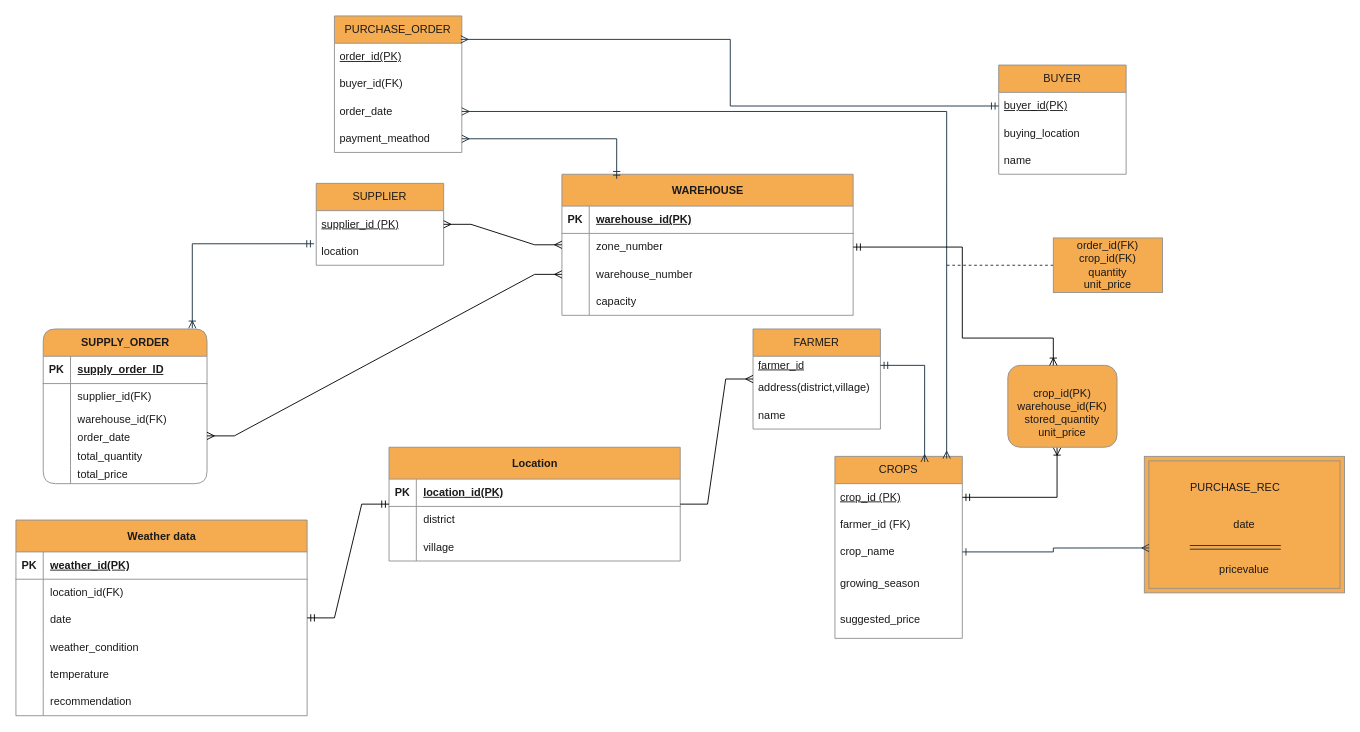
Earlier version of the draw.io diagram ERD.drawio (Taif6612/Personal_Projects). Source tidied: cells renumbered, new cells numbered last; positions are measured from the earlier drawing's top-left corner, leaving out a move shared by most shapes. Both pictures are drawn from the tidied source at 91%, with x=0, y=0 at pixel (15, 15).
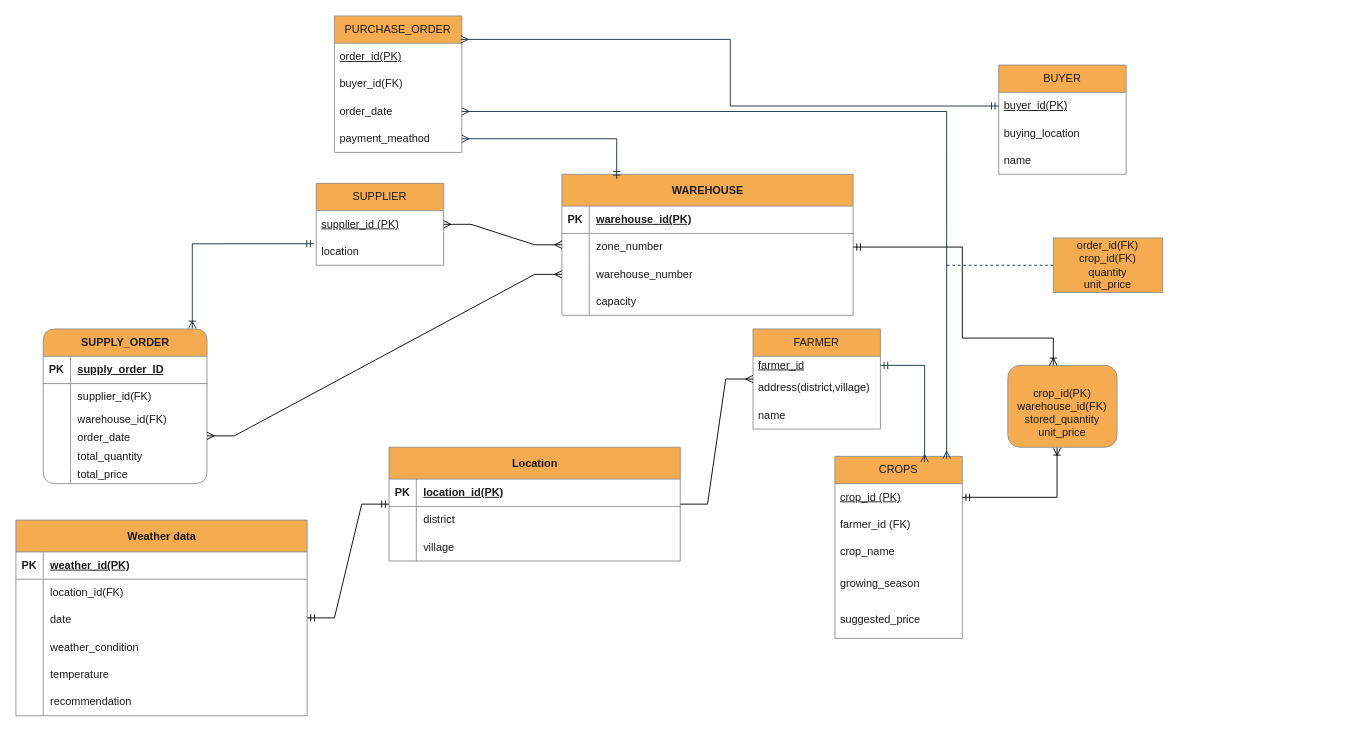
The same page after the edit.

Unchanged cells that the change refers to:
```xml
<mxCell id="9" value="crop_name" style="text;strokeColor=none;fillColor=none;align=left;verticalAlign=middle;spacingLeft=4;spacingRight=4;overflow=hidden;points=[[0,0.5],[1,0.5]];portConstraint=eastwest;whiteSpace=wrap;html=1;labelBackgroundColor=none;rounded=0;fontColor=#1A1A1A;" parent="6" vertex="1">
  <mxGeometry y="90" width="140" height="30" as="geometry" />
</mxCell>
```

The edit, as a diff of the source:
```diff
@@
-    <mxCell id="62" value="date" style="shape=ext;margin=3;double=1;whiteSpace=wrap;html=1;align=center;labelBackgroundColor=none;rounded=0;fillColor=#F5AB50;strokeColor=#909090;fontColor=#1A1A1A;" parent="1" vertex="1">
-      <mxGeometry x="1240" y="484" width="220" height="150" as="geometry" />
-    </mxCell>
-    <mxCell id="63" style="shape=link;html=1;rounded=0;labelBackgroundColor=none;fontColor=default;strokeColor=#182E3E;" parent="1" edge="1">
-      <mxGeometry relative="1" as="geometry">
-        <mxPoint x="1290" y="584" as="sourcePoint" />
-        <mxPoint x="1390" y="584" as="targetPoint" />
-      </mxGeometry>
-    </mxCell>
-    <mxCell id="64" value="&lt;font style=&quot;font-size: 12px;&quot;&gt;pricevalue&lt;/font&gt;" style="text;html=1;align=center;verticalAlign=middle;whiteSpace=wrap;rounded=0;labelBackgroundColor=none;fontColor=#1A1A1A;" parent="1" vertex="1">
-      <mxGeometry x="1320" y="594" width="60" height="30" as="geometry" />
-    </mxCell>
-    <mxCell id="65" style="edgeStyle=orthogonalEdgeStyle;rounded=0;jettySize=auto;html=1;entryX=0.024;entryY=0.671;entryDx=0;entryDy=0;entryPerimeter=0;startArrow=ERone;startFill=0;endArrow=ERmany;endFill=0;jumpSize=12;labelBackgroundColor=none;fontColor=default;strokeColor=#182E3E;" parent="1" edge="1" source="9" target="62">
-      <mxGeometry relative="1" as="geometry" />
-    </mxCell>
@@
-    <mxCell id="68" value="PURCHASE_REC" style="text;html=1;align=center;verticalAlign=middle;whiteSpace=wrap;rounded=0;labelBackgroundColor=none;fontColor=#1A1A1A;" parent="1" vertex="1">
-      <mxGeometry x="1310" y="504" width="60" height="30" as="geometry" />
-    </mxCell>
```
